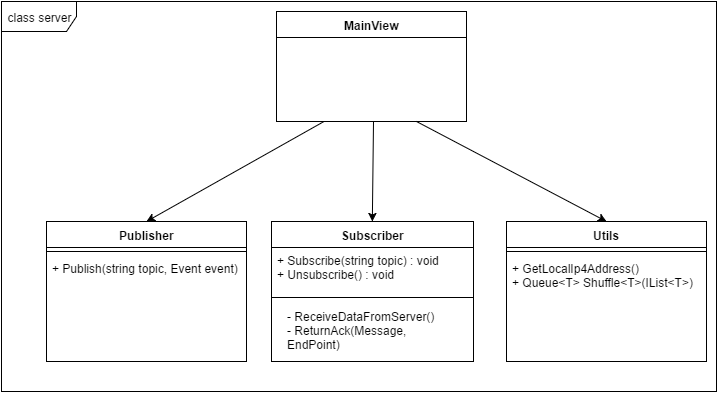
Before: Report/figure/server_class.png, a diagram exported from draw.io (Rotvig/Architecture-and-Design-of-Distributed-Dependable-Systems-TI-ARDI). Source tidied: cells renumbered, new cells last; positions are measured from the earlier drawing's top-left corner, leaving out a move shared by most shapes.
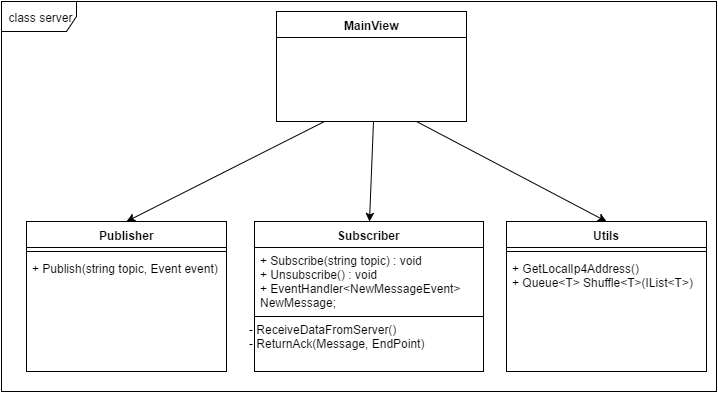
The same file after the commit.

Commit message:
såå.... diagram...

The edit, as a diff of the source:
```diff
@@ -14,16 +14,16 @@
       <mxGeometry x="275" y="10" width="190" height="110" as="geometry" />
     </mxCell>
     <mxCell id="5" value="Subscriber" style="swimlane;html=1;fontStyle=1;align=center;verticalAlign=top;horizontal=1;startSize=26;swimlaneFillColor=#ffffff;" parent="1" vertex="1">
-      <mxGeometry x="270" y="220" width="202" height="140" as="geometry" />
+      <mxGeometry x="253" y="220" width="229" height="150" as="geometry" />
     </mxCell>
-    <mxCell id="6" value="+ Subscribe(string topic) : void&lt;div&gt;+ Un&lt;span&gt;subscribe() : void&lt;/span&gt;&lt;/div&gt;&lt;div&gt;&lt;div&gt;&lt;br&gt;&lt;/div&gt;&lt;/div&gt;" style="text;html=1;strokeColor=none;fillColor=none;align=left;verticalAlign=top;spacingLeft=4;spacingRight=4;whiteSpace=wrap;overflow=hidden;" parent="5" vertex="1">
-      <mxGeometry y="26" width="202" height="46" as="geometry" />
+    <mxCell id="6" value="+ Subscribe(string topic) : void&lt;div&gt;+ Un&lt;span&gt;subscribe() : void&lt;/span&gt;&lt;/div&gt;&lt;div&gt;&lt;div&gt;+ EventHandler&amp;lt;NewMessageEvent&amp;gt; NewMessage;&lt;/div&gt;&lt;/div&gt;&lt;div&gt;&lt;br&gt;&lt;/div&gt;&lt;div&gt;&lt;span&gt;&lt;br&gt;&lt;/span&gt;&lt;/div&gt;&lt;div&gt;&lt;div&gt;&lt;br&gt;&lt;/div&gt;&lt;/div&gt;" style="text;html=1;strokeColor=none;fillColor=none;align=left;verticalAlign=top;spacingLeft=4;spacingRight=4;whiteSpace=wrap;overflow=hidden;" parent="5" vertex="1">
+      <mxGeometry y="26" width="229" height="64" as="geometry" />
     </mxCell>
     <mxCell id="7" style="line;html=1;strokeWidth=1;fillColor=none;align=left;verticalAlign=middle;spacingTop=-1;spacingLeft=3;spacingRight=3;labelPosition=right;" parent="5" vertex="1">
-      <mxGeometry y="72" width="202" height="8" as="geometry" />
+      <mxGeometry y="90" width="229" height="10" as="geometry" />
     </mxCell>
     <mxCell id="8" value="Publisher" style="swimlane;html=1;fontStyle=1;align=center;verticalAlign=top;horizontal=1;startSize=26;swimlaneFillColor=#ffffff;" parent="1" vertex="1">
-      <mxGeometry x="45" y="220" width="200" height="140" as="geometry" />
+      <mxGeometry x="25" y="220" width="200" height="150" as="geometry" />
     </mxCell>
     <mxCell id="9" style="line;html=1;strokeWidth=1;fillColor=none;align=left;verticalAlign=middle;spacingTop=-1;spacingLeft=3;spacingRight=3;labelPosition=right;" parent="8" vertex="1">
       <mxGeometry y="26" width="200" height="8" as="geometry" />
@@ -35,7 +35,7 @@
       <mxGeometry width="715" height="390" as="geometry" />
     </mxCell>
     <mxCell id="12" value="Utils" style="swimlane;html=1;fontStyle=1;align=center;verticalAlign=top;horizontal=1;startSize=26;swimlaneFillColor=#ffffff;" parent="1" vertex="1">
-      <mxGeometry x="505" y="220" width="200" height="140" as="geometry" />
+      <mxGeometry x="505" y="220" width="200" height="150" as="geometry" />
     </mxCell>
     <mxCell id="13" style="line;html=1;strokeWidth=1;fillColor=none;align=left;verticalAlign=middle;spacingTop=-1;spacingLeft=3;spacingRight=3;labelPosition=right;" parent="12" vertex="1">
       <mxGeometry y="26" width="200" height="8" as="geometry" />
@@ -49,7 +49,7 @@
       </mxGeometry>
     </mxCell>
     <mxCell id="16" value="&lt;div&gt;&lt;div&gt;- ReceiveDataFromServer()&lt;/div&gt;&lt;/div&gt;&lt;div&gt;- ReturnAck(Message, EndPoint)&lt;br&gt;&lt;/div&gt;" style="text;html=1;strokeColor=none;fillColor=none;align=left;verticalAlign=top;spacingLeft=4;spacingRight=4;whiteSpace=wrap;overflow=hidden;" parent="1" vertex="1">
-      <mxGeometry x="280" y="302" width="185" height="46" as="geometry" />
+      <mxGeometry x="242" y="315" width="210" height="46" as="geometry" />
     </mxCell>
   </root>
 </mxGraphModel>
```
